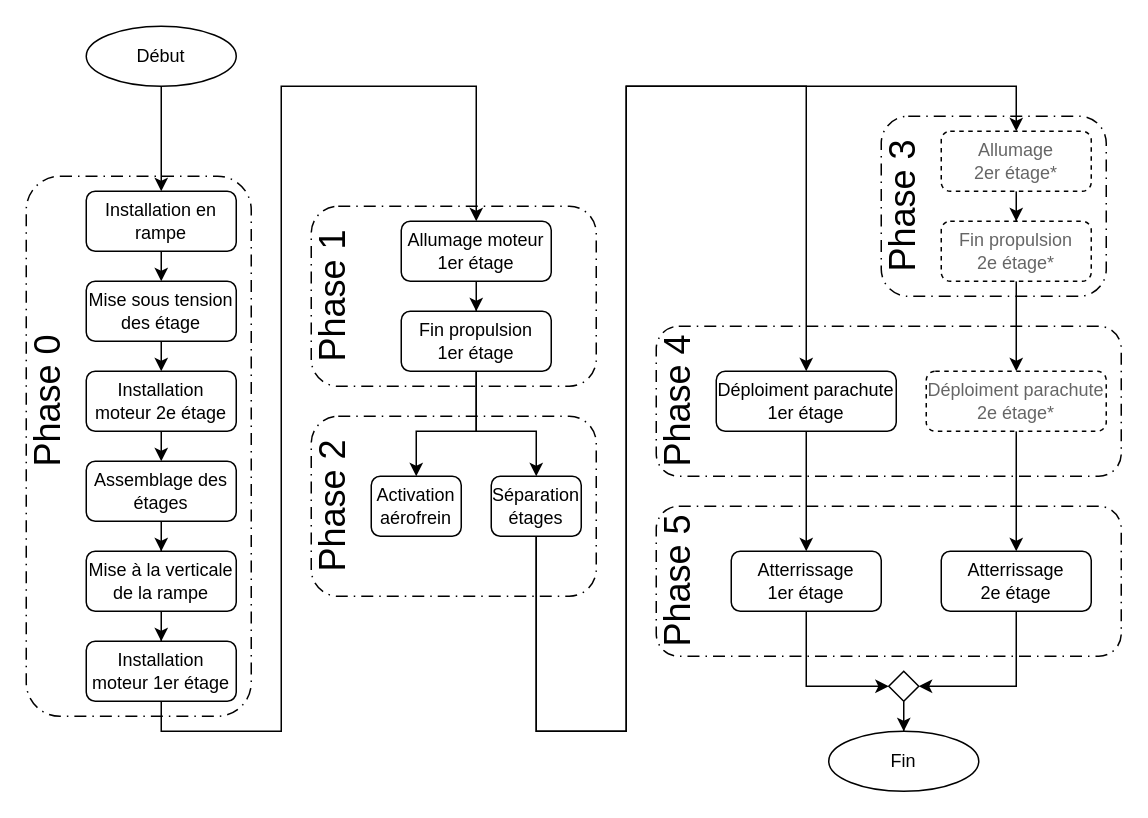
povdoigt/SP-02 keeps this draw.io diagram as ARCHI/Phase_vol.drawio. Above is the earlier version. Source tidied: cells renumbered, new cells numbered last; positions are measured from the earlier drawing's top-left corner, leaving out a move shared by most shapes. Both pictures are drawn from the tidied source at 150%, with x=0, y=0 at pixel (-34, 26).
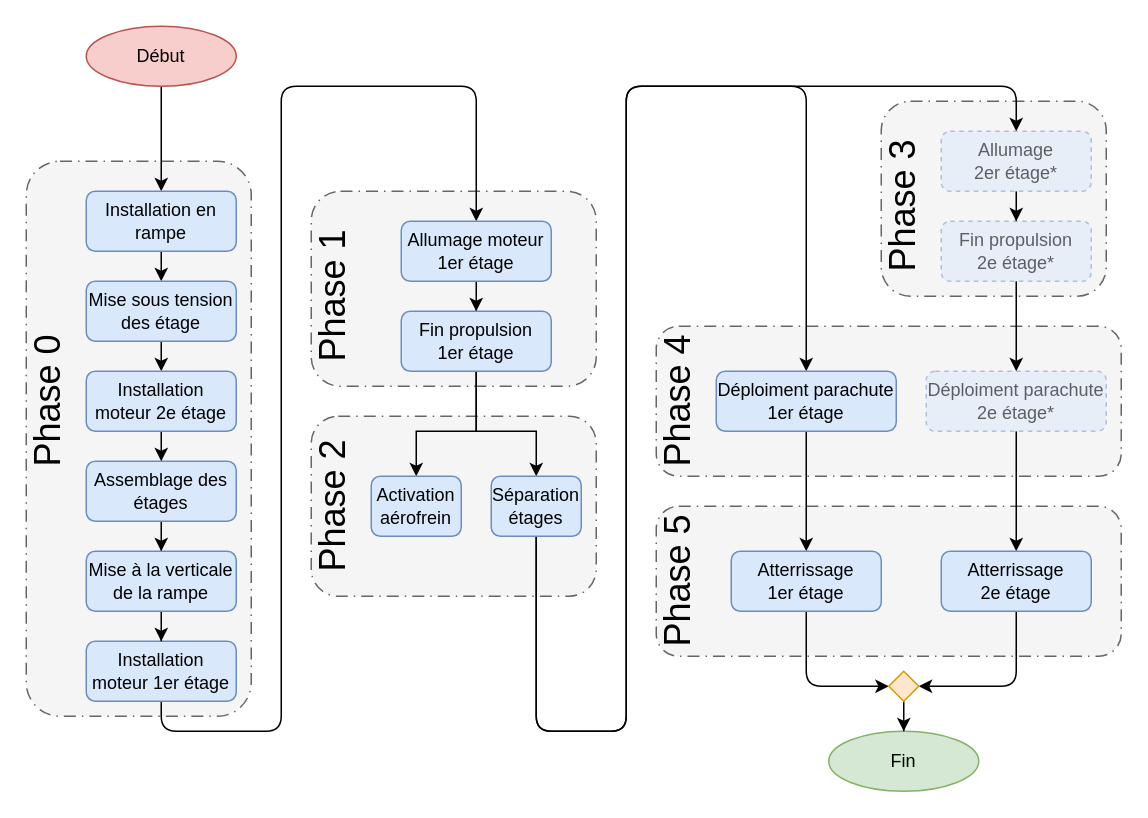
Above is the later version.

What changed in the source:
```diff
@@
+    <mxCell id="43" style="rounded=1;whiteSpace=wrap;html=1;dashed=1;dashPattern=8 4 1 4;fillColor=#f5f5f5;fontColor=#333333;strokeColor=#666666;" parent="1" vertex="1">
+      <mxGeometry x="460" y="320" width="310" height="100" as="geometry" />
+    </mxCell>
+    <mxCell id="29" style="rounded=1;whiteSpace=wrap;html=1;dashed=1;dashPattern=8 4 1 4;fillColor=#f5f5f5;fontColor=#333333;strokeColor=#666666;" parent="1" vertex="1">
+      <mxGeometry x="230" y="110" width="190" height="130" as="geometry" />
+    </mxCell>
+    <mxCell id="39" style="rounded=1;whiteSpace=wrap;html=1;dashed=1;dashPattern=8 4 1 4;fillColor=#f5f5f5;fontColor=#333333;strokeColor=#666666;" parent="1" vertex="1">
+      <mxGeometry x="230" y="260" width="190" height="120" as="geometry" />
+    </mxCell>
-    <mxCell id="2" style="rounded=1;whiteSpace=wrap;html=1;dashed=1;dashPattern=8 4 1 4;fillColor=none;" parent="1" vertex="1">
+    <mxCell id="2" style="rounded=1;whiteSpace=wrap;html=1;dashed=1;dashPattern=8 4 1 4;fillColor=#f5f5f5;fontColor=#333333;strokeColor=#666666;" parent="1" vertex="1">
       <mxGeometry x="460" y="200" width="310" height="100" as="geometry" />
     </mxCell>
-    <mxCell id="3" style="rounded=1;whiteSpace=wrap;html=1;dashed=1;dashPattern=8 4 1 4;fillColor=none;" parent="1" vertex="1">
-      <mxGeometry x="610" y="60" width="150" height="120" as="geometry" />
+    <mxCell id="3" style="rounded=1;whiteSpace=wrap;html=1;dashed=1;dashPattern=8 4 1 4;fillColor=#f5f5f5;fontColor=#333333;strokeColor=#666666;" parent="1" vertex="1">
+      <mxGeometry x="610" y="50" width="150" height="130" as="geometry" />
     </mxCell>
-    <mxCell id="4" style="rounded=1;whiteSpace=wrap;html=1;dashed=1;dashPattern=8 4 1 4;fillColor=none;" parent="1" vertex="1">
-      <mxGeometry x="40" y="100" width="150" height="360" as="geometry" />
+    <mxCell id="4" style="rounded=1;whiteSpace=wrap;html=1;dashed=1;dashPattern=8 4 1 4;fillColor=#f5f5f5;fontColor=#333333;strokeColor=#666666;" parent="1" vertex="1">
+      <mxGeometry x="40" y="90" width="150" height="370" as="geometry" />
     </mxCell>
@@
-    <mxCell id="6" value="Début" style="ellipse;whiteSpace=wrap;html=1;" parent="1" vertex="1">
+    <mxCell id="6" value="Début" style="ellipse;whiteSpace=wrap;html=1;fillColor=#f8cecc;strokeColor=#b85450;" parent="1" vertex="1">
       <mxGeometry x="80" width="100" height="40" as="geometry" />
     </mxCell>
@@
-    <mxCell id="8" value="Installation en rampe" style="rounded=1;whiteSpace=wrap;html=1;" parent="1" vertex="1">
+    <mxCell id="8" value="Installation en rampe" style="rounded=1;whiteSpace=wrap;html=1;fillColor=#dae8fc;strokeColor=#6c8ebf;" parent="1" vertex="1">
       <mxGeometry x="80" y="110" width="100" height="40" as="geometry" />
     </mxCell>
@@
-    <mxCell id="11" value="Assemblage des étages" style="rounded=1;whiteSpace=wrap;html=1;" parent="1" vertex="1">
+    <mxCell id="11" value="Assemblage des étages" style="rounded=1;whiteSpace=wrap;html=1;fillColor=#dae8fc;strokeColor=#6c8ebf;" parent="1" vertex="1">
       <mxGeometry x="80" y="290" width="100" height="40" as="geometry" />
     </mxCell>
-    <mxCell id="12" style="edgeStyle=orthogonalEdgeStyle;rounded=0;jettySize=auto;html=1;entryX=0.5;entryY=0;entryDx=0;entryDy=0;" parent="1" edge="1" source="13" target="17">
+    <mxCell id="12" style="edgeStyle=orthogonalEdgeStyle;rounded=1;jettySize=auto;html=1;entryX=0.5;entryY=0;entryDx=0;entryDy=0;curved=0;" parent="1" edge="1" source="13" target="17">
       <mxGeometry relative="1" as="geometry">
         <Array as="points">
           <mxPoint x="130" y="470" />
           <mxPoint x="210" y="470" />
           <mxPoint x="210" y="40" />
           <mxPoint x="340" y="40" />
         </Array>
       </mxGeometry>
     </mxCell>
-    <mxCell id="13" value="Installation moteur 1er étage" style="rounded=1;whiteSpace=wrap;html=1;" parent="1" vertex="1">
+    <mxCell id="13" value="Installation moteur 1er étage" style="rounded=1;whiteSpace=wrap;html=1;fillColor=#dae8fc;strokeColor=#6c8ebf;" parent="1" vertex="1">
       <mxGeometry x="80" y="410" width="100" height="40" as="geometry" />
     </mxCell>
@@
-    <mxCell id="17" value="Allumage moteur 1er étage" style="rounded=1;whiteSpace=wrap;html=1;" parent="1" vertex="1">
+    <mxCell id="17" value="Allumage moteur 1er étage" style="rounded=1;whiteSpace=wrap;html=1;fillColor=#dae8fc;strokeColor=#6c8ebf;" parent="1" vertex="1">
       <mxGeometry x="290" y="130" width="100" height="40" as="geometry" />
     </mxCell>
@@
-    <mxCell id="20" value="Fin propulsion&lt;br&gt;1er étage" style="rounded=1;whiteSpace=wrap;html=1;" parent="1" vertex="1">
+    <mxCell id="20" value="Fin propulsion&lt;br&gt;1er étage" style="rounded=1;whiteSpace=wrap;html=1;fillColor=#dae8fc;strokeColor=#6c8ebf;" parent="1" vertex="1">
       <mxGeometry x="290" y="190" width="100" height="40" as="geometry" />
     </mxCell>
-    <mxCell id="21" style="edgeStyle=orthogonalEdgeStyle;rounded=0;jettySize=auto;html=1;entryX=0.5;entryY=0;entryDx=0;entryDy=0;" parent="1" edge="1" source="23" target="26">
+    <mxCell id="21" style="edgeStyle=orthogonalEdgeStyle;rounded=1;jettySize=auto;html=1;entryX=0.5;entryY=0;entryDx=0;entryDy=0;curved=0;" parent="1" edge="1" source="23" target="26">
       <mxGeometry relative="1" as="geometry">
         <Array as="points">
           <mxPoint x="380" y="470" />
           <mxPoint x="440" y="470" />
           <mxPoint x="440" y="40" />
           <mxPoint x="700" y="40" />
         </Array>
       </mxGeometry>
     </mxCell>
-    <mxCell id="22" style="edgeStyle=orthogonalEdgeStyle;rounded=0;jettySize=auto;html=1;entryX=0.5;entryY=0;entryDx=0;entryDy=0;" parent="1" edge="1" source="23" target="28">
+    <mxCell id="22" style="edgeStyle=orthogonalEdgeStyle;rounded=1;jettySize=auto;html=1;entryX=0.5;entryY=0;entryDx=0;entryDy=0;curved=0;" parent="1" edge="1" source="23" target="28">
       <mxGeometry relative="1" as="geometry">
         <Array as="points">
           <mxPoint x="380" y="470" />
           <mxPoint x="440" y="470" />
           <mxPoint x="440" y="40" />
           <mxPoint x="560" y="40" />
         </Array>
       </mxGeometry>
     </mxCell>
-    <mxCell id="23" value="Séparation&lt;br&gt;étages" style="rounded=1;whiteSpace=wrap;html=1;" parent="1" vertex="1">
+    <mxCell id="23" value="Séparation&lt;br&gt;étages" style="rounded=1;whiteSpace=wrap;html=1;fillColor=#dae8fc;strokeColor=#6c8ebf;" parent="1" vertex="1">
       <mxGeometry x="350" y="300" width="60" height="40" as="geometry" />
     </mxCell>
-    <mxCell id="24" value="Activation aérofrein" style="rounded=1;whiteSpace=wrap;html=1;" parent="1" vertex="1">
+    <mxCell id="24" value="Activation aérofrein" style="rounded=1;whiteSpace=wrap;html=1;fillColor=#dae8fc;strokeColor=#6c8ebf;" parent="1" vertex="1">
       <mxGeometry x="270" y="300" width="60" height="40" as="geometry" />
     </mxCell>
@@
-    <mxCell id="26" value="Allumage&lt;br&gt;2er étage*" style="rounded=1;whiteSpace=wrap;html=1;dashed=1;fontColor=#000000;textOpacity=60;" parent="1" vertex="1">
+    <mxCell id="26" value="Allumage&lt;br&gt;2er étage*" style="rounded=1;whiteSpace=wrap;html=1;dashed=1;textOpacity=60;fillColor=#dae8fc;strokeColor=#6c8ebf;opacity=50;" parent="1" vertex="1">
       <mxGeometry x="650" y="70" width="100" height="40" as="geometry" />
     </mxCell>
@@
-    <mxCell id="28" value="Déploiment parachute 1er étage" style="rounded=1;whiteSpace=wrap;html=1;" parent="1" vertex="1">
+    <mxCell id="28" value="Déploiment parachute 1er étage" style="rounded=1;whiteSpace=wrap;html=1;fillColor=#dae8fc;strokeColor=#6c8ebf;" parent="1" vertex="1">
       <mxGeometry x="500" y="230" width="120" height="40" as="geometry" />
     </mxCell>
-    <mxCell id="29" style="rounded=1;whiteSpace=wrap;html=1;dashed=1;dashPattern=8 4 1 4;fillColor=none;" parent="1" vertex="1">
-      <mxGeometry x="230" y="120" width="190" height="120" as="geometry" />
-    </mxCell>
@@
-    <mxCell id="32" value="Fin propulsion&lt;br&gt;2e étage*" style="rounded=1;whiteSpace=wrap;html=1;dashed=1;fontColor=#000000;textOpacity=60;" parent="1" vertex="1">
+    <mxCell id="32" value="Fin propulsion&lt;br&gt;2e étage*" style="rounded=1;whiteSpace=wrap;html=1;dashed=1;textOpacity=60;fillColor=#dae8fc;strokeColor=#6c8ebf;opacity=50;" parent="1" vertex="1">
       <mxGeometry x="650" y="130" width="100" height="40" as="geometry" />
     </mxCell>
@@
-    <mxCell id="34" value="Déploiment parachute 2e étage*" style="rounded=1;whiteSpace=wrap;html=1;dashed=1;fontColor=#000000;textOpacity=60;" parent="1" vertex="1">
+    <mxCell id="34" value="Déploiment parachute 2e étage*" style="rounded=1;whiteSpace=wrap;html=1;dashed=1;textOpacity=60;fillColor=#dae8fc;strokeColor=#6c8ebf;opacity=50;" parent="1" vertex="1">
       <mxGeometry x="640" y="230" width="120" height="40" as="geometry" />
     </mxCell>
-    <mxCell id="35" style="edgeStyle=orthogonalEdgeStyle;rounded=0;jettySize=auto;html=1;entryX=0;entryY=0.5;entryDx=0;entryDy=0;" parent="1" edge="1" source="36" target="47">
+    <mxCell id="35" style="edgeStyle=orthogonalEdgeStyle;rounded=1;jettySize=auto;html=1;entryX=0;entryY=0.5;entryDx=0;entryDy=0;curved=0;" parent="1" edge="1" source="36" target="47">
       <mxGeometry relative="1" as="geometry">
         <Array as="points">
           <mxPoint x="560" y="440" />
         </Array>
       </mxGeometry>
     </mxCell>
-    <mxCell id="36" value="Atterrissage&lt;br&gt;1er étage" style="rounded=1;whiteSpace=wrap;html=1;" parent="1" vertex="1">
+    <mxCell id="36" value="Atterrissage&lt;br&gt;1er étage" style="rounded=1;whiteSpace=wrap;html=1;fillColor=#dae8fc;strokeColor=#6c8ebf;" parent="1" vertex="1">
       <mxGeometry x="510" y="350" width="100" height="40" as="geometry" />
     </mxCell>
-    <mxCell id="37" style="edgeStyle=orthogonalEdgeStyle;rounded=0;jettySize=auto;html=1;entryX=1;entryY=0.5;entryDx=0;entryDy=0;" parent="1" edge="1" source="38" target="47">
+    <mxCell id="37" style="edgeStyle=orthogonalEdgeStyle;rounded=1;jettySize=auto;html=1;entryX=1;entryY=0.5;entryDx=0;entryDy=0;curved=0;" parent="1" edge="1" source="38" target="47">
       <mxGeometry relative="1" as="geometry">
         <Array as="points">
           <mxPoint x="700" y="440" />
         </Array>
       </mxGeometry>
     </mxCell>
-    <mxCell id="38" value="Atterrissage&lt;br&gt;2e étage" style="rounded=1;whiteSpace=wrap;html=1;" parent="1" vertex="1">
+    <mxCell id="38" value="Atterrissage&lt;br&gt;2e étage" style="rounded=1;whiteSpace=wrap;html=1;fillColor=#dae8fc;strokeColor=#6c8ebf;" parent="1" vertex="1">
       <mxGeometry x="650" y="350" width="100" height="40" as="geometry" />
     </mxCell>
-    <mxCell id="39" style="rounded=1;whiteSpace=wrap;html=1;dashed=1;dashPattern=8 4 1 4;fillColor=none;" parent="1" vertex="1">
-      <mxGeometry x="230" y="260" width="190" height="120" as="geometry" />
-    </mxCell>
@@
-    <mxCell id="43" style="rounded=1;whiteSpace=wrap;html=1;dashed=1;dashPattern=8 4 1 4;fillColor=none;" parent="1" vertex="1">
-      <mxGeometry x="460" y="320" width="310" height="100" as="geometry" />
-    </mxCell>
@@
-    <mxCell id="45" value="Fin" style="ellipse;whiteSpace=wrap;html=1;" parent="1" vertex="1">
+    <mxCell id="45" value="Fin" style="ellipse;whiteSpace=wrap;html=1;fillColor=#d5e8d4;strokeColor=#82b366;" parent="1" vertex="1">
       <mxGeometry x="575" y="470" width="100" height="40" as="geometry" />
     </mxCell>
@@
-    <mxCell id="47" style="rhombus;whiteSpace=wrap;html=1;" parent="1" vertex="1">
+    <mxCell id="47" style="rhombus;whiteSpace=wrap;html=1;fillColor=#ffe6cc;strokeColor=#d79b00;" parent="1" vertex="1">
       <mxGeometry x="615" y="430" width="20" height="20" as="geometry" />
     </mxCell>
-    <mxCell id="48" value="Installation moteur 2e étage" style="rounded=1;whiteSpace=wrap;html=1;" parent="1" vertex="1">
+    <mxCell id="48" value="Installation moteur 2e étage" style="rounded=1;whiteSpace=wrap;html=1;fillColor=#dae8fc;strokeColor=#6c8ebf;" parent="1" vertex="1">
       <mxGeometry x="80" y="230" width="100" height="40" as="geometry" />
     </mxCell>
-    <mxCell id="49" value="Mise sous tension des étage" style="rounded=1;whiteSpace=wrap;html=1;" parent="1" vertex="1">
+    <mxCell id="49" value="Mise sous tension des étage" style="rounded=1;whiteSpace=wrap;html=1;fillColor=#dae8fc;strokeColor=#6c8ebf;" parent="1" vertex="1">
       <mxGeometry x="80" y="170" width="100" height="40" as="geometry" />
     </mxCell>
@@
-    <mxCell id="51" value="Mise à la verticale de la rampe" style="rounded=1;whiteSpace=wrap;html=1;" parent="1" vertex="1">
+    <mxCell id="51" value="Mise à la verticale de la rampe" style="rounded=1;whiteSpace=wrap;html=1;fillColor=#dae8fc;strokeColor=#6c8ebf;" parent="1" vertex="1">
       <mxGeometry x="80" y="350" width="100" height="40" as="geometry" />
     </mxCell>
```
